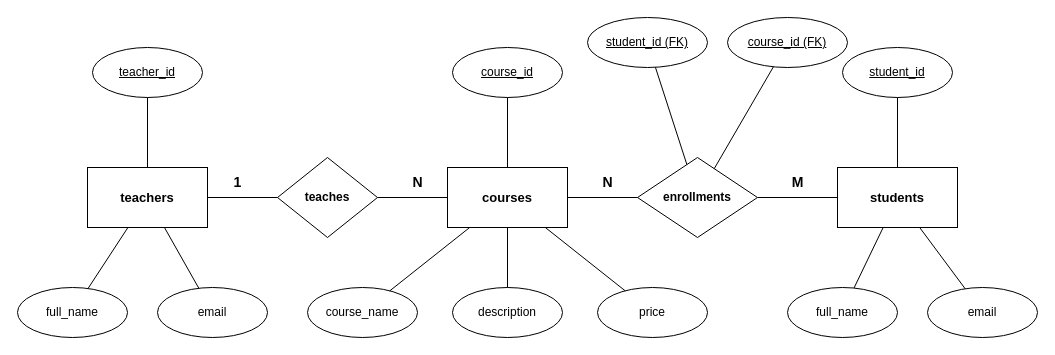
Above: Session03/exercise05.drawio in vung177/TSU260202_Module02 (draw.io), before the change. Source tidied: cells renumbered, new cells numbered last; positions are measured from the earlier drawing's top-left corner, leaving out a move shared by most shapes. Both pictures are drawn from the tidied source at 100%, with x=0, y=0 at pixel (17, 17).
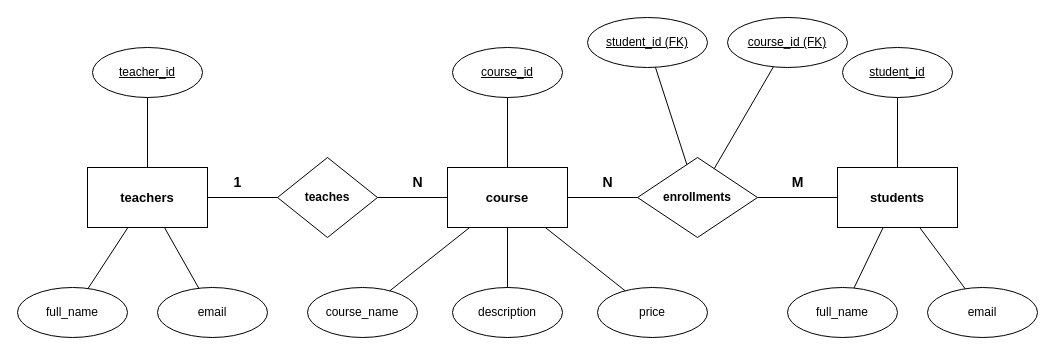
Above is the later version.

Change to the diagram source:
```diff
@@
-    <mxCell id="3" value="courses" style="rounded=0;whiteSpace=wrap;html=1;fontStyle=1;fontSize=13;" parent="1" vertex="1">
+    <mxCell id="3" value="course" style="rounded=0;whiteSpace=wrap;html=1;fontStyle=1;fontSize=13;" parent="1" vertex="1">
       <mxGeometry x="430" y="150" width="120" height="60" as="geometry" />
     </mxCell>
```
